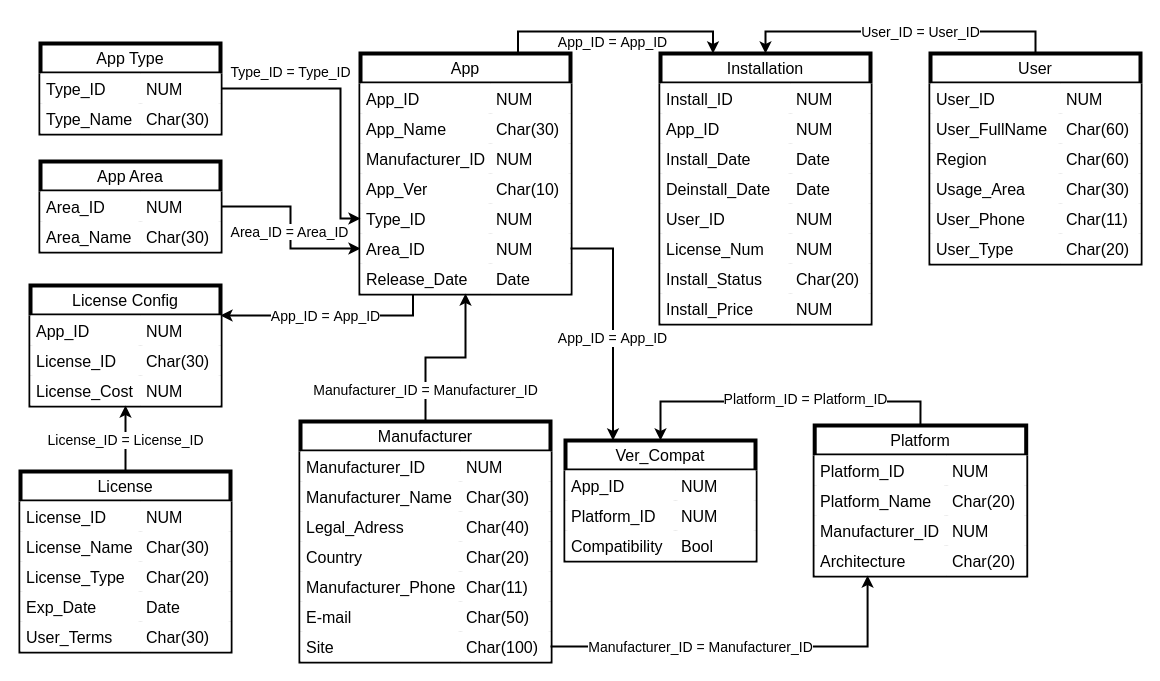
The draw.io diagram AccessDBs/Архипов/Работа 8 в23/Физ-Диаграмма.drawio in JayStorm228/CollegeStudy, before the edit. Source tidied: cells renumbered, new cells numbered last; positions are measured from the earlier drawing's top-left corner, leaving out a move shared by most shapes. Both pictures are drawn from the tidied source at 100%, with x=0, y=0 at pixel (20, 17).
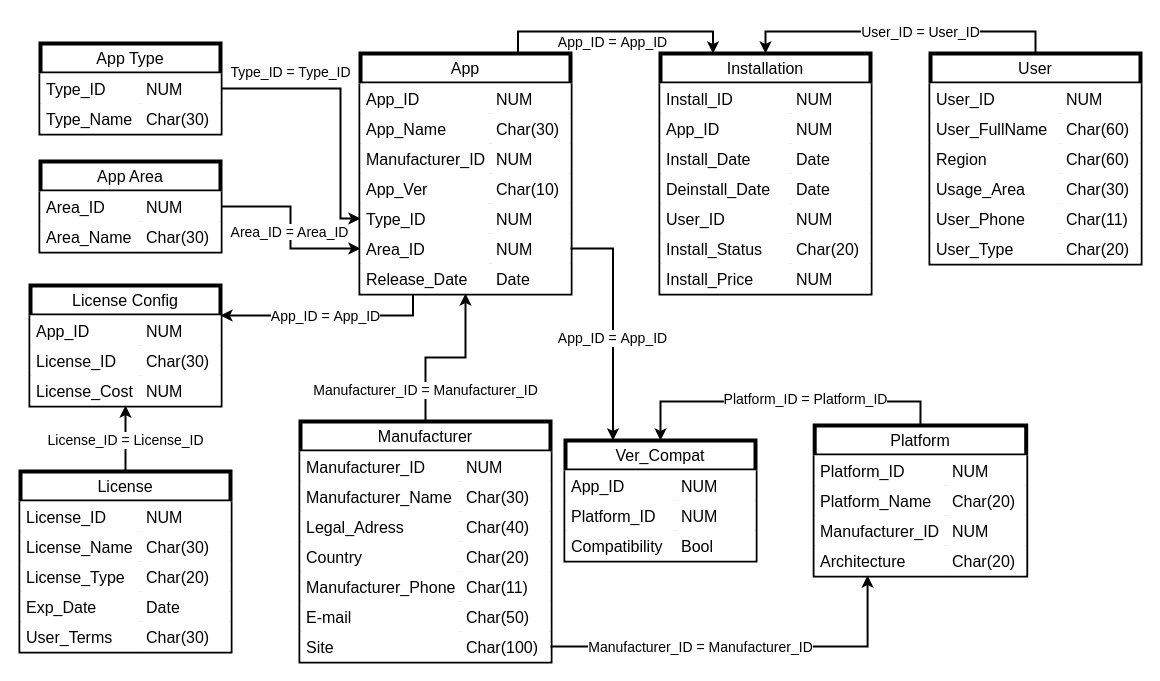
Above is the later version.

The edit, as a diff of the source:
```diff
@@
     <mxCell id="126" value="Installation" style="shape=table;startSize=30;childLayout=tableLayout;rowLines=0;fontStyle=0;align=center;html=1;whiteSpace=wrap;swimlaneFillColor=light-dark(transparent,#6E6E6E);rounded=0;strokeColor=light-dark(#000000,#000000);strokeWidth=4;verticalAlign=middle;fontFamily=Helvetica;fontSize=16;fontColor=default;labelBorderColor=none;fillColor=default;" parent="1" vertex="1">
-      <mxGeometry x="640" y="36" width="210" height="270" as="geometry" />
+      <mxGeometry x="640" y="36" width="210" height="240" as="geometry" />
     </mxCell>
@@
-    <mxCell id="142" style="shape=tableRow;horizontal=0;startSize=0;swimlaneHead=0;swimlaneBody=0;fillColor=light-dark(#FFFFFF,#6E6E6E);top=0;left=0;right=0;bottom=0;html=1;rounded=0;strokeColor=light-dark(default, #0d0d0d);strokeWidth=6;align=left;verticalAlign=top;swimlaneFillColor=light-dark(transparent,#6E6E6E);fontFamily=Helvetica;fontSize=16;fontColor=default;fontStyle=0;labelBorderColor=none;spacingLeft=4;spacingRight=4;gradientColor=none;" parent="126" vertex="1">
-      <mxGeometry y="180" width="210" height="30" as="geometry" />
-    </mxCell>
-    <mxCell id="143" value="License_Num" style="shape=partialRectangle;fillColor=light-dark(#FFFFFF,#6E6E6E);top=0;left=0;bottom=0;right=0;overflow=hidden;html=1;whiteSpace=wrap;rounded=0;strokeColor=light-dark(default, #0d0d0d);strokeWidth=6;align=left;verticalAlign=top;swimlaneFillColor=light-dark(transparent,#6E6E6E);fontFamily=Helvetica;fontSize=16;fontColor=default;fontStyle=0;labelBorderColor=none;spacingLeft=4;spacingRight=4;gradientColor=none;" parent="142" vertex="1">
-      <mxGeometry width="130" height="30" as="geometry" />
-    </mxCell>
-    <mxCell id="144" value="NUM" style="shape=partialRectangle;fillColor=light-dark(#FFFFFF,#6E6E6E);top=0;left=0;bottom=0;right=0;align=left;spacingLeft=4;overflow=hidden;html=1;whiteSpace=wrap;rounded=0;strokeColor=light-dark(default, #0d0d0d);strokeWidth=6;verticalAlign=top;swimlaneFillColor=light-dark(transparent,#6E6E6E);fontFamily=Helvetica;fontSize=16;fontColor=default;fontStyle=0;labelBorderColor=none;spacingRight=4;gradientColor=none;" parent="142" vertex="1">
-      <mxGeometry x="130" width="80" height="30" as="geometry" />
-    </mxCell>
     <mxCell id="145" style="shape=tableRow;horizontal=0;startSize=0;swimlaneHead=0;swimlaneBody=0;fillColor=light-dark(#FFFFFF,#6E6E6E);top=0;left=0;right=0;bottom=0;html=1;rounded=0;strokeColor=light-dark(default, #0d0d0d);strokeWidth=6;align=left;verticalAlign=top;swimlaneFillColor=light-dark(transparent,#6E6E6E);fontFamily=Helvetica;fontSize=16;fontColor=default;fontStyle=0;labelBorderColor=none;spacingLeft=4;spacingRight=4;gradientColor=none;" parent="126" vertex="1">
-      <mxGeometry y="210" width="210" height="30" as="geometry" />
+      <mxGeometry y="180" width="210" height="30" as="geometry" />
     </mxCell>
@@
     <mxCell id="148" style="shape=tableRow;horizontal=0;startSize=0;swimlaneHead=0;swimlaneBody=0;fillColor=light-dark(#FFFFFF,#6E6E6E);top=0;left=0;right=0;bottom=0;html=1;rounded=0;strokeColor=light-dark(default, #0d0d0d);strokeWidth=6;align=left;verticalAlign=top;swimlaneFillColor=light-dark(transparent,#6E6E6E);fontFamily=Helvetica;fontSize=16;fontColor=default;fontStyle=0;labelBorderColor=none;spacingLeft=4;spacingRight=4;gradientColor=none;" parent="126" vertex="1">
-      <mxGeometry y="240" width="210" height="30" as="geometry" />
+      <mxGeometry y="210" width="210" height="30" as="geometry" />
     </mxCell>
```
